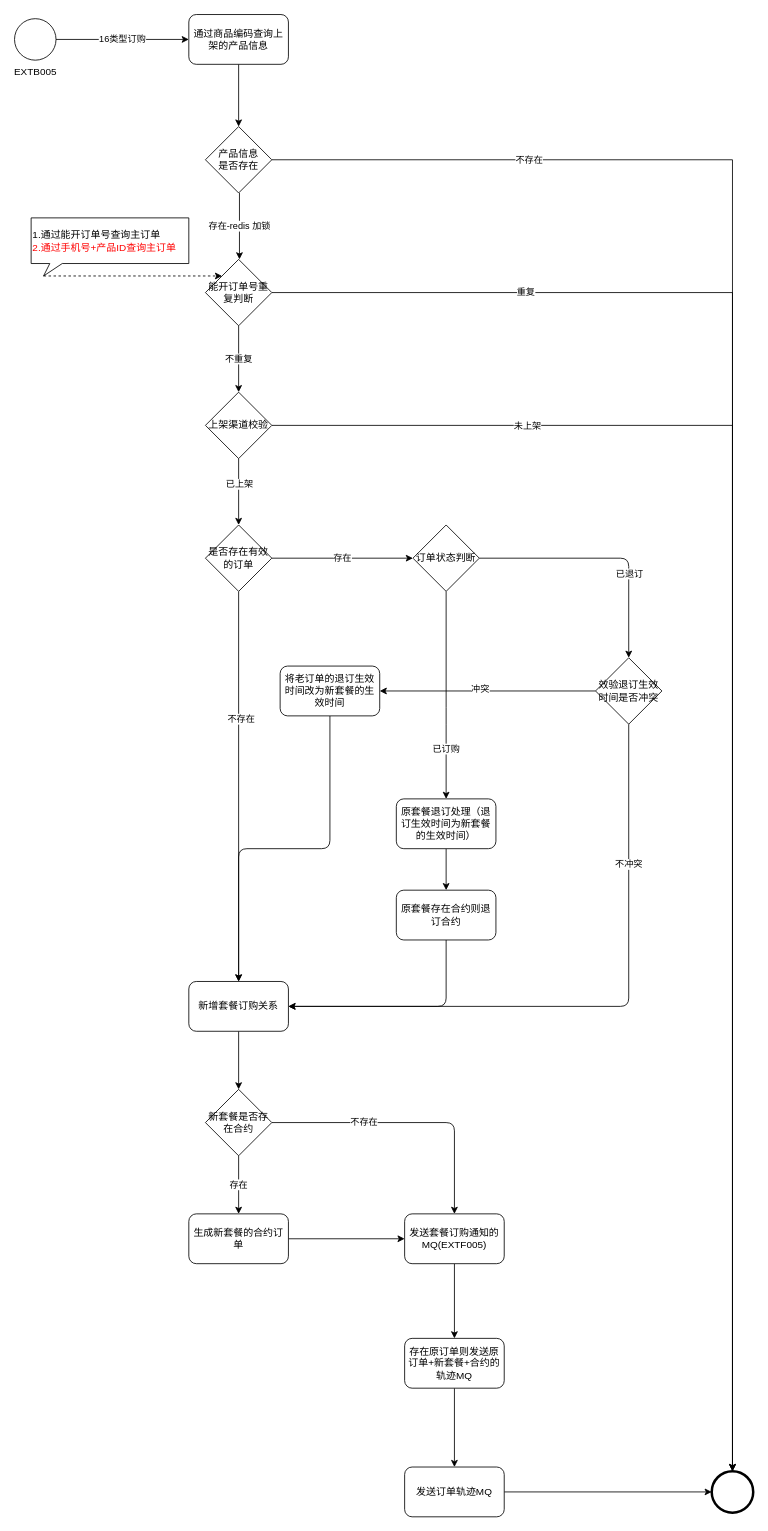
Above: 套餐+权益.drawio in moshan123/draw (draw.io), before the change. Source tidied: cells renumbered, new cells numbered last; positions are measured from the earlier drawing's top-left corner, leaving out a move shared by most shapes. Both pictures are drawn from the tidied source at 83%, with x=0, y=0 at pixel (14, 14).
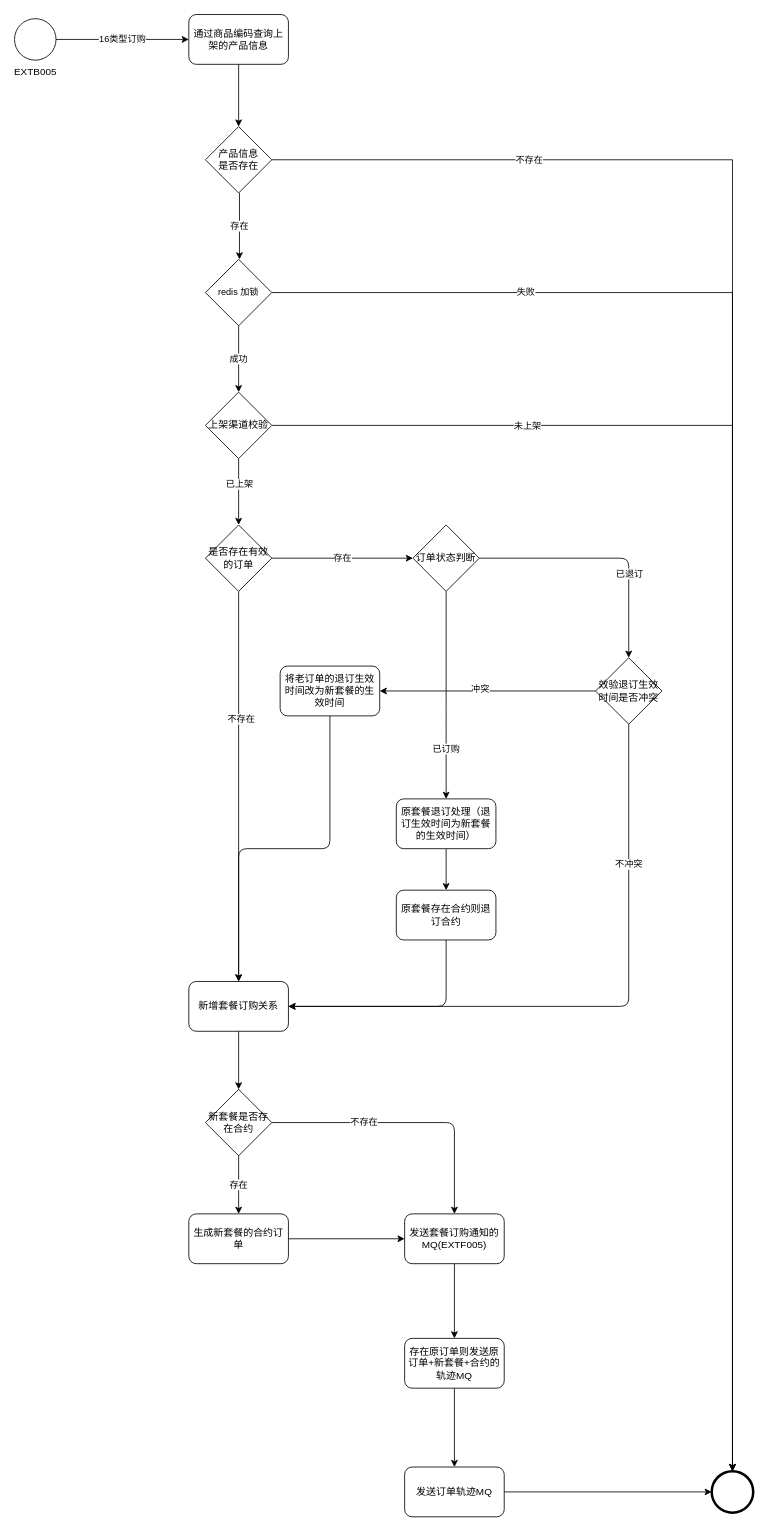
Above is the later version.

Unchanged cells that the change refers to:
```xml
<mxCell id="4" style="shape=mxgraph.bpmn.shape;html=1;verticalLabelPosition=bottom;verticalAlign=top;align=center;perimeter=ellipsePerimeter;outlineConnect=0;outline=end;symbol=general;" parent="1" vertex="1">
  <mxGeometry x="840" y="1755" width="50" height="50" as="geometry" />
</mxCell>
<mxCell id="17" value="上架渠道校验" style="rhombus;whiteSpace=wrap;html=1;" parent="1" vertex="1">
  <mxGeometry x="230" y="455" width="80" height="80" as="geometry" />
</mxCell>
```

The edit, as a diff of the source:
```diff
@@
-    <mxCell id="7" value="存在-redis 加锁" style="edgeStyle=orthogonalEdgeStyle;rounded=0;orthogonalLoop=1;jettySize=auto;html=1;" parent="1" edge="1">
+    <mxCell id="7" value="存在" style="edgeStyle=orthogonalEdgeStyle;rounded=0;orthogonalLoop=1;jettySize=auto;html=1;" parent="1" edge="1">
       <mxGeometry relative="1" as="geometry">
         <mxPoint x="271" y="215" as="sourcePoint" />
         <mxPoint x="271" y="295" as="targetPoint" />
       </mxGeometry>
     </mxCell>
@@
-    <mxCell id="10" value="重复" style="edgeStyle=orthogonalEdgeStyle;rounded=0;jettySize=auto;html=1;" parent="1" edge="1" source="12" target="4">
+    <mxCell id="10" value="失败" style="edgeStyle=orthogonalEdgeStyle;rounded=0;jettySize=auto;html=1;" parent="1" edge="1" source="12" target="4">
       <mxGeometry x="-0.69" relative="1" as="geometry" />
     </mxCell>
-    <mxCell id="11" value="不重复" style="edgeStyle=orthogonalEdgeStyle;rounded=0;jettySize=auto;html=1;" parent="1" edge="1" source="12" target="17">
+    <mxCell id="11" value="成功" style="edgeStyle=orthogonalEdgeStyle;rounded=0;jettySize=auto;html=1;" parent="1" edge="1" source="12" target="17">
       <mxGeometry relative="1" as="geometry" />
     </mxCell>
-    <mxCell id="12" value="能开订单号重复判断" style="rhombus;whiteSpace=wrap;html=1;" parent="1" vertex="1">
+    <mxCell id="12" value="&lt;span style=&quot;font-size: 11px ; background-color: rgb(255 , 255 , 255)&quot;&gt;redis 加锁&lt;/span&gt;" style="rhombus;whiteSpace=wrap;html=1;" parent="1" vertex="1">
       <mxGeometry x="230" y="295" width="80" height="80" as="geometry" />
     </mxCell>
@@
-    <mxCell id="49" value="1.通过能开订单号查询主订单&lt;br&gt;&lt;font color=&quot;#ff0000&quot;&gt;2.通过手机号+产品ID查询主订单&lt;/font&gt;" style="whiteSpace=wrap;html=1;shape=mxgraph.basic.rectCallout;dx=30;dy=15;boundedLbl=1;align=left;" parent="1" vertex="1">
-      <mxGeometry x="20" y="245" width="190" height="70" as="geometry" />
-    </mxCell>
-    <mxCell id="50" style="edgeStyle=segmentEdgeStyle;endArrow=classic;html=1;dashed=1;exitX=0;exitY=0;exitDx=15;exitDy=70;exitPerimeter=0;entryX=0;entryY=0;entryDx=0;entryDy=0;" parent="1" edge="1" source="49" target="12">
-      <mxGeometry relative="1" as="geometry">
-        <Array as="points">
-          <mxPoint x="95" y="315" />
-        </Array>
-      </mxGeometry>
-    </mxCell>
```
